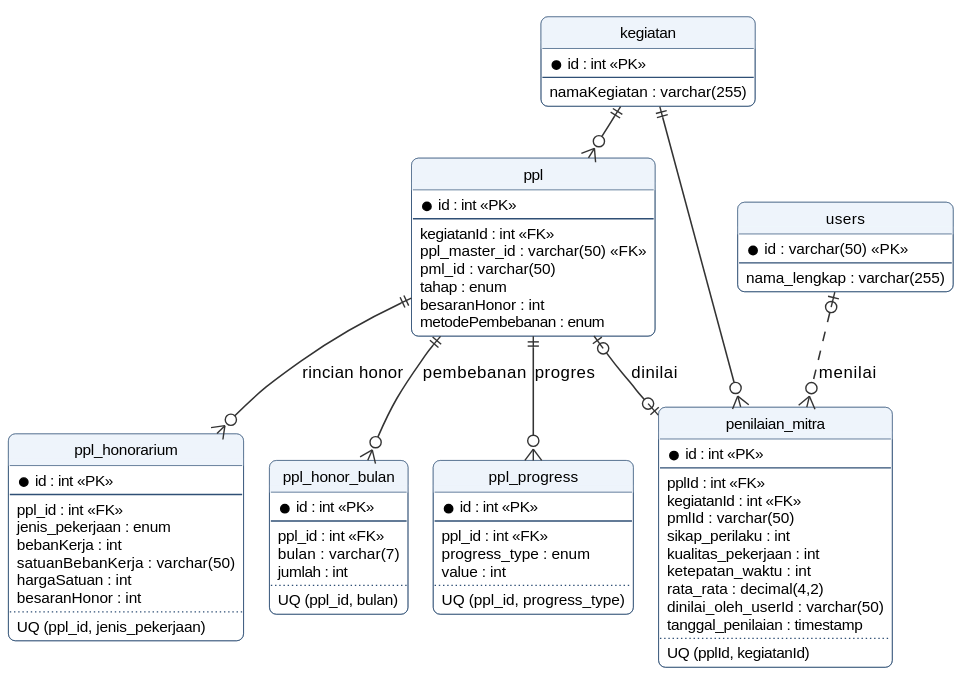
Before: docs/diagram/out/erd-honor-progres-penilaian.svg, a diagram exported from PlantUML (kharis5870/Kharisma). The source it was exported from:
```plantuml
@startuml
!include _gaya.iuml
hide circle
hide methods

entity "kegiatan" as kegiatan {
  * id : int <<PK>>
  --
  namaKegiatan : varchar(255)
}

entity "ppl" as ppl {
  * id : int <<PK>>
  --
  kegiatanId : int <<FK>>
  ppl_master_id : varchar(50) <<FK>>
  pml_id : varchar(50)
  tahap : enum
  besaranHonor : int
  metodePembebanan : enum
}

entity "ppl_honorarium" as ppl_honorarium {
  * id : int <<PK>>
  --
  ppl_id : int <<FK>>
  jenis_pekerjaan : enum
  bebanKerja : int
  satuanBebanKerja : varchar(50)
  hargaSatuan : int
  besaranHonor : int
  ..
  UQ (ppl_id, jenis_pekerjaan)
}

entity "ppl_honor_bulan" as ppl_honor_bulan {
  * id : int <<PK>>
  --
  ppl_id : int <<FK>>
  bulan : varchar(7)
  jumlah : int
  ..
  UQ (ppl_id, bulan)
}

entity "ppl_progress" as ppl_progress {
  * id : int <<PK>>
  --
  ppl_id : int <<FK>>
  progress_type : enum
  value : int
  ..
  UQ (ppl_id, progress_type)
}

entity "penilaian_mitra" as penilaian_mitra {
  * id : int <<PK>>
  --
  pplId : int <<FK>>
  kegiatanId : int <<FK>>
  pmlId : varchar(50)
  sikap_perilaku : int
  kualitas_pekerjaan : int
  ketepatan_waktu : int
  rata_rata : decimal(4,2)
  dinilai_oleh_userId : varchar(50)
  tanggal_penilaian : timestamp
  ..
  UQ (pplId, kegiatanId)
}

entity "users" as users {
  * id : varchar(50) <<PK>>
  --
  nama_lengkap : varchar(255)
}

kegiatan ||--o{ ppl
ppl ||--o{ ppl_honorarium : rincian honor
ppl ||--o{ ppl_honor_bulan : pembebanan
ppl ||--o{ ppl_progress : progres
ppl |o--o| penilaian_mitra : dinilai
kegiatan ||--o{ penilaian_mitra
users |o..o{ penilaian_mitra : menilai
@enduml
```
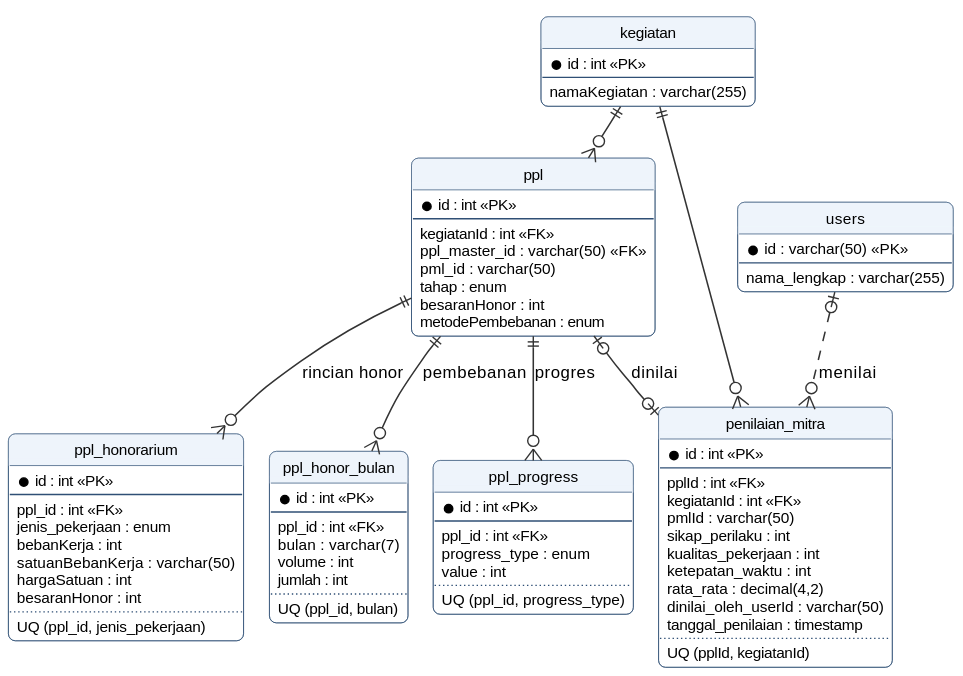
Later version of the same file.

Change to the diagram source:
```diff
@@ -38,6 +38,7 @@
   --
   ppl_id : int <<FK>>
   bulan : varchar(7)
+  volume : int
   jumlah : int
   ..
   UQ (ppl_id, bulan)
```
